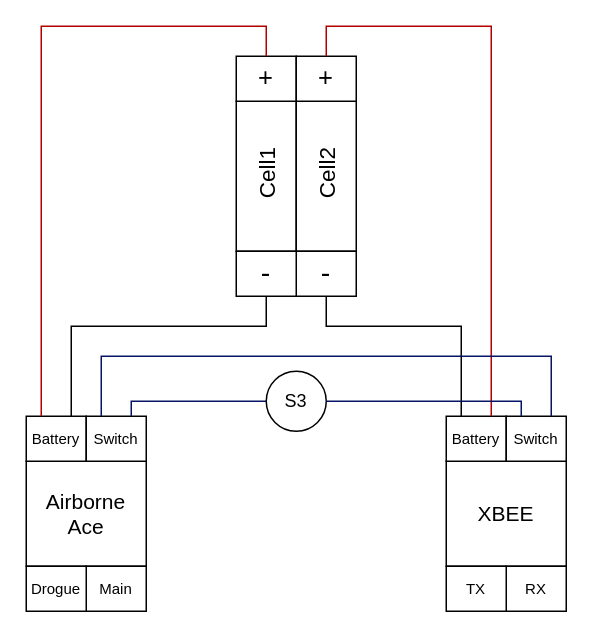
Before: StellarEye/WiringDiagram/WiringDiagram.drawio in STES-Rocketry/Avionics, a draw.io diagram. Source tidied: cells renumbered, new cells numbered last; positions are measured from the earlier drawing's top-left corner, leaving out a move shared by most shapes. Both pictures are drawn from the tidied source at 150%, with x=0, y=0 at pixel (26, 26).
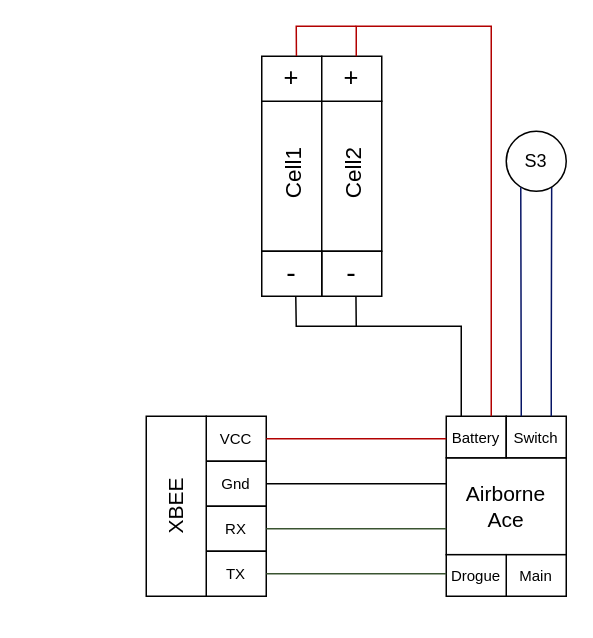
The same page after the edit.

Commit message (it also covers changes not shown here):
added blank line in mpu code

Unchanged cells that the change refers to:
```xml
<mxCell id="5" value="&lt;font style=&quot;font-size: 17px;&quot;&gt;+&lt;/font&gt;" style="rounded=0;whiteSpace=wrap;html=1;rotation=0;" parent="2" vertex="1">
  <mxGeometry width="40" height="30" as="geometry" />
</mxCell>
<mxCell id="6" value="&lt;font style=&quot;font-size: 17px;&quot;&gt;+&lt;/font&gt;" style="rounded=0;whiteSpace=wrap;html=1;rotation=0;" parent="2" vertex="1">
  <mxGeometry x="40" width="40" height="30" as="geometry" />
</mxCell>
<mxCell id="7" value="&lt;font style=&quot;font-size: 19px;&quot;&gt;-&lt;/font&gt;" style="rounded=0;whiteSpace=wrap;html=1;rotation=0;" parent="2" vertex="1">
  <mxGeometry x="40" y="130" width="40" height="30" as="geometry" />
</mxCell>
<mxCell id="8" value="&lt;font style=&quot;font-size: 19px;&quot;&gt;-&lt;/font&gt;" style="rounded=0;whiteSpace=wrap;html=1;rotation=0;" parent="2" vertex="1">
  <mxGeometry y="130" width="40" height="30" as="geometry" />
</mxCell>
```

Diff of the diagram source:
```diff
@@
     <mxCell id="2" style="group;rotation=0;" parent="1" vertex="1">
-      <mxGeometry x="140" y="20" width="80" height="160" as="geometry" />
+      <mxGeometry x="157" y="20" width="80" height="160" as="geometry" />
     </mxCell>
@@
     <mxCell id="11" style="group;" parent="1" vertex="1">
-      <mxGeometry y="260" width="80" height="130" as="geometry" />
+      <mxGeometry x="280" y="260" width="80" height="120" as="geometry" />
     </mxCell>
     <mxCell id="12" value="&lt;font style=&quot;font-size: 14px;&quot;&gt;Airborne&lt;br&gt;Ace&lt;/font&gt;" style="rounded=0;whiteSpace=wrap;html=1;" parent="11" vertex="1">
-      <mxGeometry y="30" width="80" height="70" as="geometry" />
+      <mxGeometry y="27.7" width="80" height="64.6" as="geometry" />
     </mxCell>
     <mxCell id="13" value="&lt;font style=&quot;font-size: 10px;&quot;&gt;Battery&lt;/font&gt;" style="rounded=0;whiteSpace=wrap;html=1;" parent="11" vertex="1">
-      <mxGeometry width="40" height="30" as="geometry" />
+      <mxGeometry width="40" height="27.7" as="geometry" />
     </mxCell>
     <mxCell id="14" value="&lt;font style=&quot;font-size: 10px;&quot;&gt;Switch&lt;/font&gt;" style="rounded=0;whiteSpace=wrap;html=1;" parent="11" vertex="1">
-      <mxGeometry x="40" width="40" height="30" as="geometry" />
+      <mxGeometry x="40" width="40" height="27.7" as="geometry" />
     </mxCell>
     <mxCell id="15" value="&lt;font style=&quot;font-size: 10px;&quot;&gt;Main&lt;/font&gt;" style="rounded=0;whiteSpace=wrap;html=1;" parent="11" vertex="1">
-      <mxGeometry x="40" y="100" width="40" height="30" as="geometry" />
+      <mxGeometry x="40" y="92.3" width="40" height="27.7" as="geometry" />
     </mxCell>
     <mxCell id="16" value="&lt;font style=&quot;font-size: 10px;&quot;&gt;Drogue&lt;/font&gt;" style="rounded=0;whiteSpace=wrap;html=1;" parent="11" vertex="1">
-      <mxGeometry y="100" width="40" height="30" as="geometry" />
+      <mxGeometry y="92.3" width="40" height="27.7" as="geometry" />
     </mxCell>
-    <mxCell id="17" style="group;" parent="1" vertex="1">
-      <mxGeometry x="280" y="260" width="80" height="130" as="geometry" />
-    </mxCell>
-    <mxCell id="18" value="&lt;font style=&quot;font-size: 14px;&quot;&gt;XBEE&lt;/font&gt;" style="rounded=0;whiteSpace=wrap;html=1;" parent="17" vertex="1">
-      <mxGeometry y="30" width="80" height="70" as="geometry" />
-    </mxCell>
-    <mxCell id="19" value="&lt;font style=&quot;font-size: 10px;&quot;&gt;Battery&lt;br&gt;&lt;/font&gt;" style="rounded=0;whiteSpace=wrap;html=1;" parent="17" vertex="1">
-      <mxGeometry width="40" height="30" as="geometry" />
-    </mxCell>
-    <mxCell id="20" value="&lt;font style=&quot;font-size: 10px;&quot;&gt;Switch&lt;/font&gt;" style="rounded=0;whiteSpace=wrap;html=1;" parent="17" vertex="1">
-      <mxGeometry x="40" width="40" height="30" as="geometry" />
-    </mxCell>
-    <mxCell id="21" value="&lt;font style=&quot;font-size: 10px;&quot;&gt;RX&lt;/font&gt;" style="rounded=0;whiteSpace=wrap;html=1;" parent="17" vertex="1">
-      <mxGeometry x="40" y="100" width="40" height="30" as="geometry" />
-    </mxCell>
-    <mxCell id="22" value="&lt;font style=&quot;font-size: 10px;&quot;&gt;TX&lt;/font&gt;" style="rounded=0;whiteSpace=wrap;html=1;" parent="17" vertex="1">
-      <mxGeometry y="100" width="40" height="30" as="geometry" />
-    </mxCell>
-    <mxCell id="23" style="endArrow=none;html=1;rounded=0;entryX=0.5;entryY=1;entryDx=0;entryDy=0;exitX=0.75;exitY=0;exitDx=0;exitDy=0;" parent="1" edge="1" source="13" target="8">
+    <mxCell id="23" style="endArrow=none;html=1;rounded=0;entryX=0.567;entryY=1.001;entryDx=0;entryDy=0;entryPerimeter=0;" parent="1" edge="1" target="8">
       <mxGeometry relative="1" as="geometry">
+        <mxPoint x="220" y="200" as="sourcePoint" />
         <Array as="points">
-          <mxPoint x="30" y="200" />
-          <mxPoint x="160" y="200" />
+          <mxPoint x="180" y="200" />
         </Array>
       </mxGeometry>
     </mxCell>
-    <mxCell id="24" style="endArrow=none;html=1;rounded=0;entryX=0.5;entryY=1;entryDx=0;entryDy=0;exitX=0.25;exitY=0;exitDx=0;exitDy=0;" parent="1" edge="1" source="19" target="7">
+    <mxCell id="24" style="endArrow=none;html=1;rounded=0;exitX=0.25;exitY=0;exitDx=0;exitDy=0;entryX=0.57;entryY=0.995;entryDx=0;entryDy=0;entryPerimeter=0;" parent="1" edge="1" source="13" target="7">
       <mxGeometry relative="1" as="geometry">
         <Array as="points">
           <mxPoint x="290" y="200" />
-          <mxPoint x="200" y="200" />
+          <mxPoint x="220" y="200" />
         </Array>
       </mxGeometry>
     </mxCell>
-    <mxCell id="25" style="endArrow=none;html=1;rounded=0;entryX=0.5;entryY=0;entryDx=0;entryDy=0;exitX=0.25;exitY=0;exitDx=0;exitDy=0;fillColor=#e51400;strokeColor=#B20000;" parent="1" edge="1" source="13" target="5">
+    <mxCell id="25" style="endArrow=none;html=1;rounded=0;fillColor=#e51400;strokeColor=#B20000;entryX=0.578;entryY=-0.007;entryDx=0;entryDy=0;entryPerimeter=0;" parent="1" edge="1" target="5">
       <mxGeometry relative="1" as="geometry">
+        <mxPoint x="220" as="sourcePoint" />
         <Array as="points">
-          <mxPoint x="10" />
-          <mxPoint x="160" />
+          <mxPoint x="180" />
         </Array>
       </mxGeometry>
     </mxCell>
-    <mxCell id="26" style="endArrow=none;html=1;rounded=0;entryX=0.5;entryY=0;entryDx=0;entryDy=0;exitX=0.75;exitY=0;exitDx=0;exitDy=0;fillColor=#e51400;strokeColor=#B20000;" parent="1" edge="1" source="19" target="6">
+    <mxCell id="26" style="endArrow=none;html=1;rounded=0;exitX=0.75;exitY=0;exitDx=0;exitDy=0;fillColor=#e51400;strokeColor=#B20000;entryX=0.575;entryY=0;entryDx=0;entryDy=0;entryPerimeter=0;" parent="1" edge="1" source="13" target="6">
       <mxGeometry relative="1" as="geometry">
         <Array as="points">
           <mxPoint x="310" />
-          <mxPoint x="200" />
+          <mxPoint x="220" />
         </Array>
       </mxGeometry>
     </mxCell>
-    <mxCell id="27" style="endArrow=none;html=1;rounded=0;fillColor=#0050ef;strokeColor=#061465;exitX=0.25;exitY=0;exitDx=0;exitDy=0;entryX=0.75;entryY=0;entryDx=0;entryDy=0;" parent="1" edge="1" source="14" target="20">
+    <mxCell id="27" style="endArrow=none;html=1;rounded=0;fillColor=#0050ef;strokeColor=#061465;exitX=0.757;exitY=0.926;exitDx=0;exitDy=0;entryX=0.75;entryY=0;entryDx=0;entryDy=0;exitPerimeter=0;" parent="1" edge="1" source="29" target="14">
       <mxGeometry relative="1" as="geometry">
         <Array as="points">
-          <mxPoint x="50" y="220" />
           <mxPoint x="350" y="220" />
         </Array>
       </mxGeometry>
     </mxCell>
-    <mxCell id="28" style="endArrow=none;html=1;rounded=0;fillColor=#0050ef;strokeColor=#061465;exitX=0.75;exitY=0;exitDx=0;exitDy=0;entryX=0;entryY=0.5;entryDx=0;entryDy=0;" parent="1" edge="1" source="14" target="29">
-      <mxGeometry relative="1" as="geometry">
-        <Array as="points">
-          <mxPoint x="70" y="250" />
-          <mxPoint x="130" y="250" />
-        </Array>
-      </mxGeometry>
-    </mxCell>
     <mxCell id="29" value="S3" style="ellipse;whiteSpace=wrap;html=1;" parent="1" vertex="1">
-      <mxGeometry x="160" y="230" width="40" height="40" as="geometry" />
+      <mxGeometry x="320" y="70" width="40" height="40" as="geometry" />
     </mxCell>
-    <mxCell id="30" style="endArrow=none;html=1;rounded=0;fillColor=#0050ef;strokeColor=#061465;exitX=1;exitY=0.5;exitDx=0;exitDy=0;entryX=0.25;entryY=0;entryDx=0;entryDy=0;" parent="1" edge="1" source="29" target="20">
+    <mxCell id="30" style="endArrow=none;html=1;rounded=0;fillColor=#0050ef;strokeColor=#061465;entryX=0.25;entryY=0;entryDx=0;entryDy=0;exitX=0.242;exitY=0.934;exitDx=0;exitDy=0;exitPerimeter=0;" parent="1" edge="1" source="29" target="14">
       <mxGeometry relative="1" as="geometry">
         <Array as="points">
-          <mxPoint x="210" y="250" />
           <mxPoint x="330" y="250" />
         </Array>
       </mxGeometry>
     </mxCell>
+    <mxCell id="20" value="&lt;font style=&quot;font-size: 10px;&quot;&gt;VCC&lt;/font&gt;" style="rounded=0;whiteSpace=wrap;html=1;" parent="1" vertex="1">
+      <mxGeometry x="120" y="260" width="40" height="30" as="geometry" />
+    </mxCell>
+    <mxCell id="19" value="&lt;font style=&quot;font-size: 10px;&quot;&gt;Gnd&lt;br&gt;&lt;/font&gt;" style="rounded=0;whiteSpace=wrap;html=1;" parent="1" vertex="1">
+      <mxGeometry x="120" y="290" width="40" height="30" as="geometry" />
+    </mxCell>
+    <mxCell id="21" value="&lt;font style=&quot;font-size: 10px;&quot;&gt;RX&lt;/font&gt;" style="rounded=0;whiteSpace=wrap;html=1;" parent="1" vertex="1">
+      <mxGeometry x="120" y="320" width="40" height="30" as="geometry" />
+    </mxCell>
+    <mxCell id="22" value="&lt;font style=&quot;font-size: 10px;&quot;&gt;TX&lt;/font&gt;" style="rounded=0;whiteSpace=wrap;html=1;" parent="1" vertex="1">
+      <mxGeometry x="120" y="350" width="40" height="30" as="geometry" />
+    </mxCell>
+    <mxCell id="18" style="rounded=0;whiteSpace=wrap;html=1;" parent="1" vertex="1">
+      <mxGeometry x="80" y="260" width="40" height="120" as="geometry" />
+    </mxCell>
+    <mxCell id="31" style="endArrow=none;html=1;rounded=0;fillColor=#e51400;strokeColor=#B20000;exitX=1;exitY=0.5;exitDx=0;exitDy=0;" parent="1" edge="1" source="20">
+      <mxGeometry relative="1" as="geometry">
+        <mxPoint x="280" y="275" as="targetPoint" />
+      </mxGeometry>
+    </mxCell>
+    <mxCell id="32" style="endArrow=none;html=1;rounded=0;entryX=0;entryY=0.268;entryDx=0;entryDy=0;exitX=1;exitY=0.5;exitDx=0;exitDy=0;entryPerimeter=0;" parent="1" edge="1" source="19" target="12">
+      <mxGeometry relative="1" as="geometry" />
+    </mxCell>
+    <mxCell id="33" style="endArrow=none;html=1;rounded=0;entryX=0;entryY=0.732;entryDx=0;entryDy=0;exitX=1;exitY=0.5;exitDx=0;exitDy=0;fillColor=#6d8764;strokeColor=#3A5431;entryPerimeter=0;" parent="1" edge="1" source="21" target="12">
+      <mxGeometry relative="1" as="geometry" />
+    </mxCell>
+    <mxCell id="34" style="endArrow=none;html=1;rounded=0;entryX=0;entryY=0.458;entryDx=0;entryDy=0;exitX=1;exitY=0.5;exitDx=0;exitDy=0;fillColor=#6d8764;strokeColor=#3A5431;entryPerimeter=0;" parent="1" edge="1" source="22" target="16">
+      <mxGeometry relative="1" as="geometry" />
+    </mxCell>
+    <mxCell id="35" value="&lt;font style=&quot;font-size: 14px;&quot;&gt;XBEE&lt;/font&gt;" style="text;html=1;strokeColor=none;fillColor=none;align=center;verticalAlign=middle;whiteSpace=wrap;rounded=0;rotation=-90;" parent="1" vertex="1">
+      <mxGeometry x="70" y="305" width="60" height="30" as="geometry" />
+    </mxCell>
```
